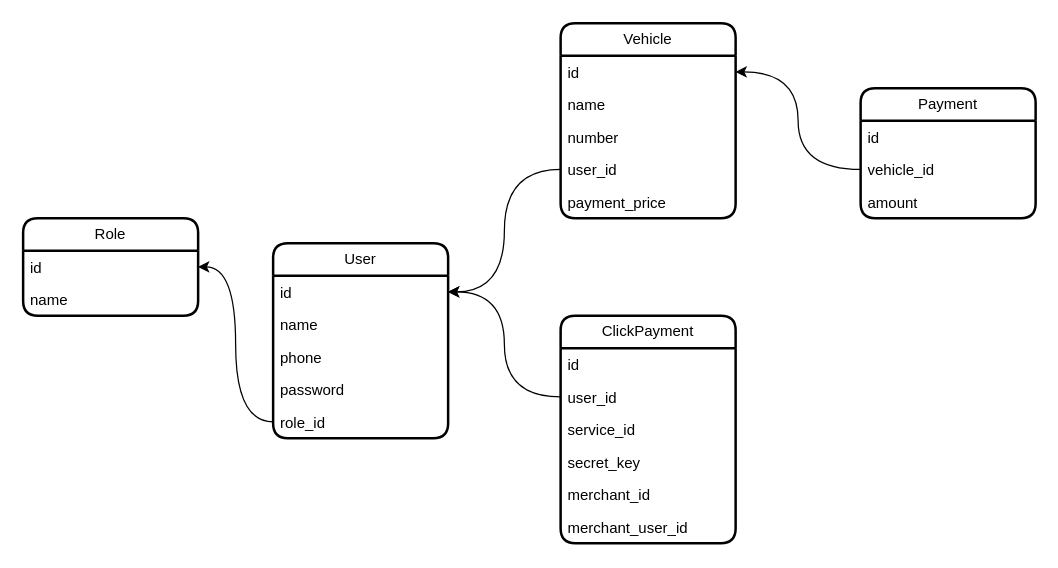
Before: page "Страница — 4" (4 of 4) of Karsoft.drawio in iztileuoff/databases, a draw.io diagram. Source tidied: cells renumbered, new cells numbered last; positions are measured from the earlier drawing's top-left corner, leaving out a move shared by most shapes. Both pictures are drawn from the tidied source at 125%, with x=0, y=0 at pixel (22, 22).
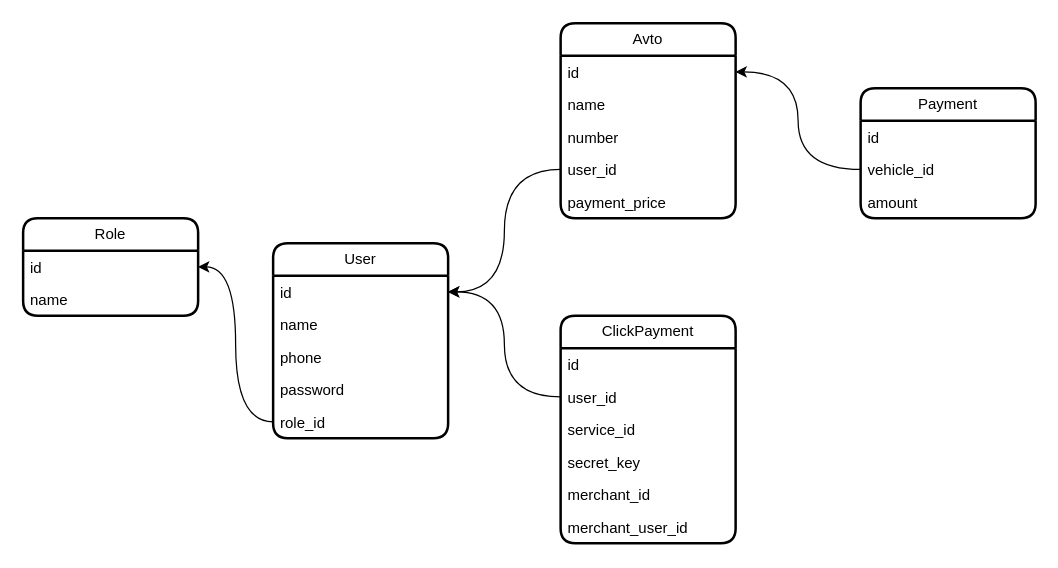
The same diagram, later.

What changed in the source:
```diff
@@
-    <mxCell id="11" value="Vehicle" style="swimlane;fontStyle=0;horizontal=1;startSize=26;fillColor=none;whiteSpace=wrap;html=1;rounded=1;shadow=0;glass=0;strokeWidth=2;" parent="1" vertex="1">
+    <mxCell id="11" value="Avto" style="swimlane;fontStyle=0;horizontal=1;startSize=26;fillColor=none;whiteSpace=wrap;html=1;rounded=1;shadow=0;glass=0;strokeWidth=2;" parent="1" vertex="1">
       <mxGeometry x="430" width="140" height="156" as="geometry" />
     </mxCell>
```
